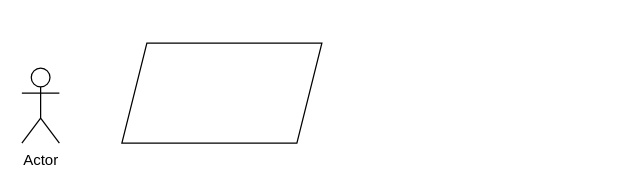
This is Диаграмма без названия.drawio from Nurik-pilot/You-Tube-Reader-Web-Service, a draw.io file, before an edit. Source tidied: cells renumbered, new cells numbered last; positions are measured from the earlier drawing's top-left corner, leaving out a move shared by most shapes. Both pictures are drawn from the tidied source at 125%, with x=0, y=0 at pixel (21, 42).
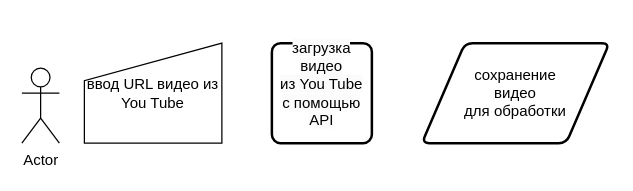
Above is the later version.

Change to the diagram source:
```diff
@@
 <mxGraphModel>
   <root>
     <mxCell id="0" />
     <mxCell id="1" parent="0" />
-    <mxCell id="2" style="shape=parallelogram;perimeter=parallelogramPerimeter;whiteSpace=wrap;html=1;fixedSize=1;" parent="1" vertex="1">
-      <mxGeometry x="80" width="160" height="80" as="geometry" />
-    </mxCell>
     <mxCell id="3" value="Actor" style="shape=umlActor;verticalLabelPosition=bottom;verticalAlign=top;html=1;" parent="1" vertex="1">
       <mxGeometry y="20" width="30" height="60" as="geometry" />
     </mxCell>
+    <mxCell id="4" value="ввод URL видео из You Tube" style="shape=manualInput;whiteSpace=wrap;html=1;" parent="1" vertex="1">
+      <mxGeometry x="50" width="110" height="80" as="geometry" />
+    </mxCell>
+    <mxCell id="5" value="сохранение &lt;br&gt;видео &lt;br&gt;для обработки" style="shape=parallelogram;html=1;strokeWidth=2;perimeter=parallelogramPerimeter;whiteSpace=wrap;rounded=1;arcSize=12;size=0.23;" parent="1" vertex="1">
+      <mxGeometry x="320" width="150" height="80" as="geometry" />
+    </mxCell>
+    <mxCell id="6" value="&#10;&lt;span style=&quot;color: rgb(0, 0, 0); font-family: Helvetica; font-size: 12px; font-style: normal; font-variant-ligatures: normal; font-variant-caps: normal; font-weight: 400; letter-spacing: normal; orphans: 2; text-align: center; text-indent: 0px; text-transform: none; widows: 2; word-spacing: 0px; -webkit-text-stroke-width: 0px; background-color: rgb(251, 251, 251); text-decoration-thickness: initial; text-decoration-style: initial; text-decoration-color: initial; float: none; display: inline !important;&quot;&gt;загрузка видео&lt;/span&gt;&lt;br style=&quot;border-color: var(--border-color); color: rgb(0, 0, 0); font-family: Helvetica; font-size: 12px; font-style: normal; font-variant-ligatures: normal; font-variant-caps: normal; font-weight: 400; letter-spacing: normal; orphans: 2; text-align: center; text-indent: 0px; text-transform: none; widows: 2; word-spacing: 0px; -webkit-text-stroke-width: 0px; background-color: rgb(251, 251, 251); text-decoration-thickness: initial; text-decoration-style: initial; text-decoration-color: initial;&quot;&gt;&lt;span style=&quot;color: rgb(0, 0, 0); font-family: Helvetica; font-size: 12px; font-style: normal; font-variant-ligatures: normal; font-variant-caps: normal; font-weight: 400; letter-spacing: normal; orphans: 2; text-align: center; text-indent: 0px; text-transform: none; widows: 2; word-spacing: 0px; -webkit-text-stroke-width: 0px; background-color: rgb(251, 251, 251); text-decoration-thickness: initial; text-decoration-style: initial; text-decoration-color: initial; float: none; display: inline !important;&quot;&gt;из You Tube&lt;/span&gt;&lt;br style=&quot;border-color: var(--border-color); color: rgb(0, 0, 0); font-family: Helvetica; font-size: 12px; font-style: normal; font-variant-ligatures: normal; font-variant-caps: normal; font-weight: 400; letter-spacing: normal; orphans: 2; text-align: center; text-indent: 0px; text-transform: none; widows: 2; word-spacing: 0px; -webkit-text-stroke-width: 0px; background-color: rgb(251, 251, 251); text-decoration-thickness: initial; text-decoration-style: initial; text-decoration-color: initial;&quot;&gt;&lt;span style=&quot;color: rgb(0, 0, 0); font-family: Helvetica; font-size: 12px; font-style: normal; font-variant-ligatures: normal; font-variant-caps: normal; font-weight: 400; letter-spacing: normal; orphans: 2; text-align: center; text-indent: 0px; text-transform: none; widows: 2; word-spacing: 0px; -webkit-text-stroke-width: 0px; background-color: rgb(251, 251, 251); text-decoration-thickness: initial; text-decoration-style: initial; text-decoration-color: initial; float: none; display: inline !important;&quot;&gt;с помощью API&lt;/span&gt;&#10;&#10;" style="rounded=1;whiteSpace=wrap;html=1;absoluteArcSize=1;arcSize=14;strokeWidth=2;" parent="1" vertex="1">
+      <mxGeometry x="200" width="80" height="80" as="geometry" />
+    </mxCell>
   </root>
 </mxGraphModel>
```
